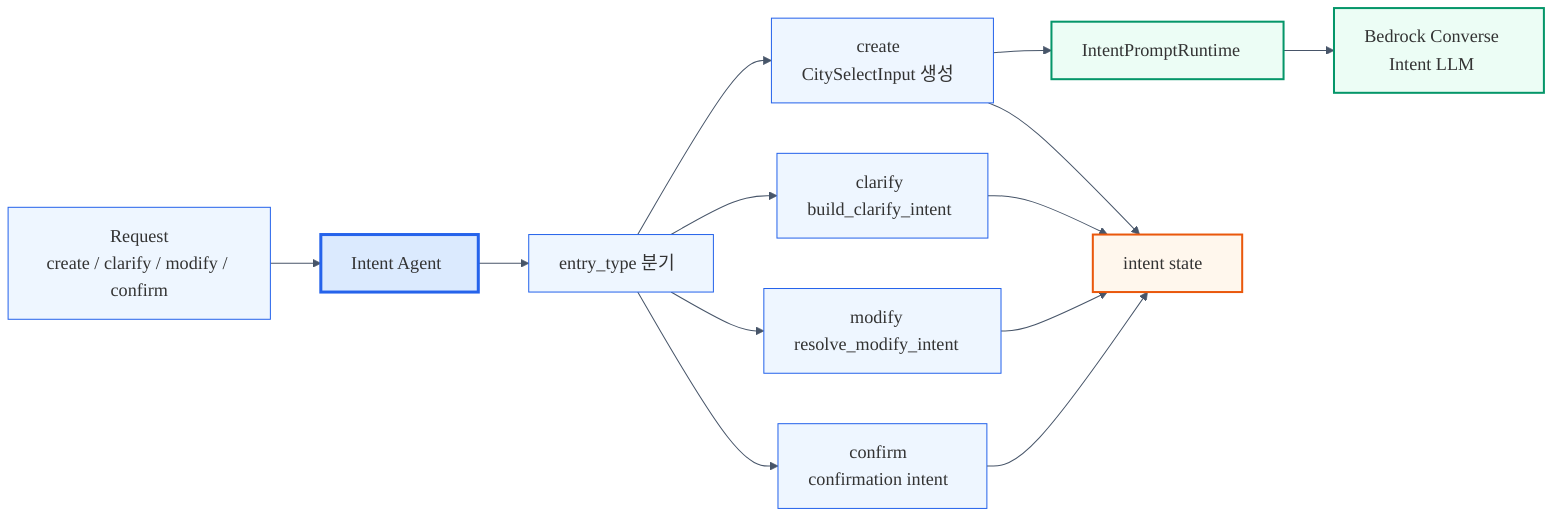
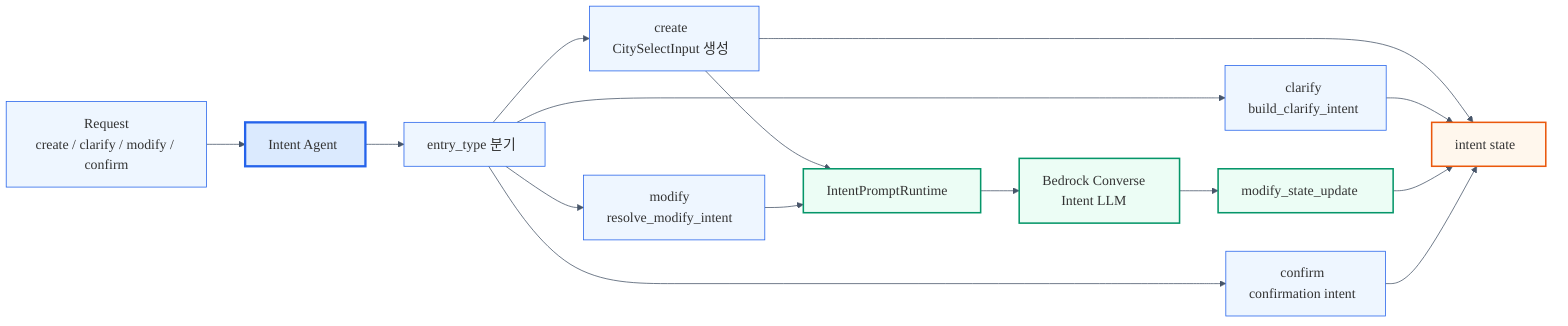
%%{init: {"theme": "base", "themeVariables": {"fontFamily": "Inter, Arial, sans-serif", "fontSize": "18px", "primaryColor": "#eef6ff", "primaryBorderColor": "#2563eb", "lineColor": "#475569"}}}%%
flowchart LR
  Request["Request<br/>create / clarify / modify / confirm"] --> Intent["Intent Agent"]
  Intent --> Shape["entry_type 분기"]
  Shape --> Create["create<br/>CitySelectInput 생성"]
  Shape --> Clarify["clarify<br/>build_clarify_intent"]
  Shape --> Modify["modify<br/>resolve_modify_intent"]
  Shape --> Confirm["confirm<br/>confirmation intent"]

  Create --> Runtime["IntentPromptRuntime"]
+   Modify --> Runtime
  Runtime --> Bedrock["Bedrock Converse<br/>Intent LLM"]
+   Bedrock --> ModifyUpdate["modify_state_update"]
  Create --> Output["intent state"]
  Clarify --> Output
-   Modify --> Output
+   ModifyUpdate --> Output
  Confirm --> Output

  classDef agent fill:#dbeafe,stroke:#2563eb,stroke-width:3px;
  classDef tool fill:#ecfdf5,stroke:#059669,stroke-width:2px;
  classDef output fill:#fff7ed,stroke:#ea580c,stroke-width:2px;
  class Intent agent;
-   class Runtime,Bedrock tool;
+   class Runtime,Bedrock,ModifyUpdate tool;
  class Output output;
